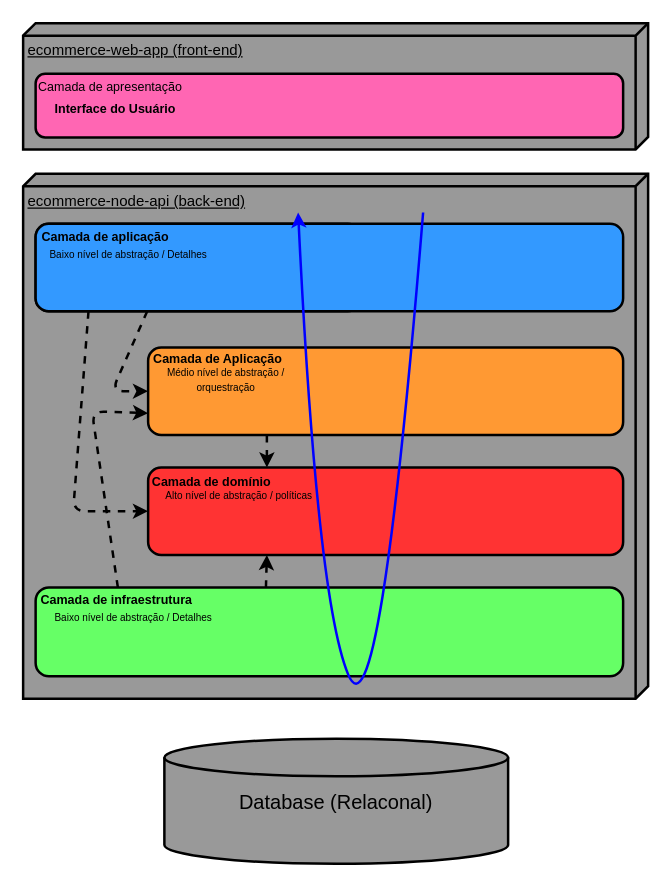
Earlier version of the draw.io diagram page "Arquitetura em Camadas" (1 of 2) of requirements/ecommerce-arquitetura.drawio (Miguelstoss/ecommerce-node-api). Source tidied: cells renumbered, new cells numbered last; positions are measured from the earlier drawing's top-left corner, leaving out a move shared by most shapes. Both pictures are drawn from the tidied source at 125%, with x=0, y=0 at pixel (22, 22).
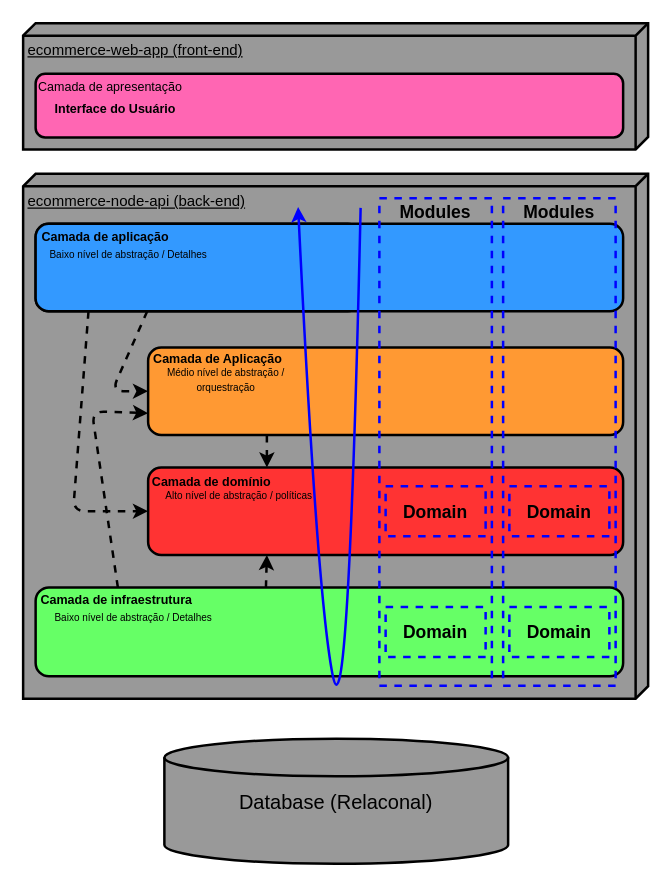
The same page after the edit.

Diff of the diagram source:
```diff
@@
     <mxCell id="25" style="curved=1;endArrow=classic;html=1;strokeColor=#0000FF;strokeWidth=2;fontSize=8;fontColor=#000000;" parent="1" edge="1">
       <mxGeometry relative="1" as="geometry">
-        <mxPoint x="320" y="151.5" as="sourcePoint" />
-        <mxPoint x="220" y="151.5" as="targetPoint" />
+        <mxPoint x="270" y="147.8" as="sourcePoint" />
+        <mxPoint x="220" y="147.2" as="targetPoint" />
         <Array as="points">
-          <mxPoint x="285" y="581.5" />
-          <mxPoint x="235" y="460.5" />
+          <mxPoint x="260" y="585.8" />
+          <mxPoint x="235" y="456.2" />
         </Array>
       </mxGeometry>
     </mxCell>
@@
+    <mxCell id="28" style="rounded=0;whiteSpace=wrap;html=1;fillColor=none;strokeWidth=2;dashed=1;strokeColor=#0000FF;" parent="1" vertex="1">
+      <mxGeometry x="285" y="140" width="90" height="390" as="geometry" />
+    </mxCell>
+    <mxCell id="29" style="rounded=0;whiteSpace=wrap;html=1;fillColor=none;strokeWidth=2;dashed=1;strokeColor=#0000FF;" parent="1" vertex="1">
+      <mxGeometry x="384" y="140" width="90" height="390" as="geometry" />
+    </mxCell>
+    <mxCell id="30" style="rounded=0;whiteSpace=wrap;html=1;fillColor=none;strokeWidth=2;dashed=1;strokeColor=#0000FF;" parent="1" vertex="1">
+      <mxGeometry x="290" y="370.5" width="80" height="40" as="geometry" />
+    </mxCell>
+    <mxCell id="31" style="rounded=0;whiteSpace=wrap;html=1;fillColor=none;strokeWidth=2;dashed=1;strokeColor=#0000FF;" parent="1" vertex="1">
+      <mxGeometry x="389" y="370.5" width="80" height="40" as="geometry" />
+    </mxCell>
+    <mxCell id="32" style="rounded=0;whiteSpace=wrap;html=1;fillColor=none;strokeWidth=2;dashed=1;strokeColor=#0000FF;" parent="1" vertex="1">
+      <mxGeometry x="290" y="467" width="80" height="40" as="geometry" />
+    </mxCell>
+    <mxCell id="33" style="rounded=0;whiteSpace=wrap;html=1;fillColor=none;strokeWidth=2;dashed=1;strokeColor=#0000FF;" parent="1" vertex="1">
+      <mxGeometry x="389" y="467" width="80" height="40" as="geometry" />
+    </mxCell>
+    <mxCell id="34" value="&lt;font size=&quot;1&quot; color=&quot;#000000&quot;&gt;&lt;b style=&quot;font-size: 14px;&quot;&gt;Domain&lt;/b&gt;&lt;/font&gt;" style="text;html=1;strokeColor=none;fillColor=none;align=center;verticalAlign=middle;whiteSpace=wrap;rounded=0;dashed=1;strokeWidth=2;" parent="1" vertex="1">
+      <mxGeometry x="300" y="375.5" width="60" height="30" as="geometry" />
+    </mxCell>
+    <mxCell id="35" value="&lt;font size=&quot;1&quot; color=&quot;#000000&quot;&gt;&lt;b style=&quot;font-size: 14px;&quot;&gt;Domain&lt;/b&gt;&lt;/font&gt;" style="text;html=1;strokeColor=none;fillColor=none;align=center;verticalAlign=middle;whiteSpace=wrap;rounded=0;dashed=1;strokeWidth=2;" parent="1" vertex="1">
+      <mxGeometry x="399" y="375.5" width="60" height="30" as="geometry" />
+    </mxCell>
+    <mxCell id="36" value="&lt;font size=&quot;1&quot; color=&quot;#000000&quot;&gt;&lt;b style=&quot;font-size: 14px;&quot;&gt;Domain&lt;/b&gt;&lt;/font&gt;" style="text;html=1;strokeColor=none;fillColor=none;align=center;verticalAlign=middle;whiteSpace=wrap;rounded=0;dashed=1;strokeWidth=2;" parent="1" vertex="1">
+      <mxGeometry x="300" y="472" width="60" height="30" as="geometry" />
+    </mxCell>
+    <mxCell id="37" value="&lt;font size=&quot;1&quot; color=&quot;#000000&quot;&gt;&lt;b style=&quot;font-size: 14px;&quot;&gt;Domain&lt;/b&gt;&lt;/font&gt;" style="text;html=1;strokeColor=none;fillColor=none;align=center;verticalAlign=middle;whiteSpace=wrap;rounded=0;dashed=1;strokeWidth=2;" parent="1" vertex="1">
+      <mxGeometry x="399" y="472" width="60" height="30" as="geometry" />
+    </mxCell>
+    <mxCell id="38" value="&lt;font size=&quot;1&quot; color=&quot;#000000&quot;&gt;&lt;b style=&quot;font-size: 14px;&quot;&gt;Modules&lt;/b&gt;&lt;/font&gt;" style="text;html=1;strokeColor=none;fillColor=none;align=center;verticalAlign=middle;whiteSpace=wrap;rounded=0;dashed=1;strokeWidth=2;" parent="1" vertex="1">
+      <mxGeometry x="300" y="135.5" width="60" height="30" as="geometry" />
+    </mxCell>
+    <mxCell id="39" value="&lt;font size=&quot;1&quot; color=&quot;#000000&quot;&gt;&lt;b style=&quot;font-size: 14px;&quot;&gt;Modules&lt;/b&gt;&lt;/font&gt;" style="text;html=1;strokeColor=none;fillColor=none;align=center;verticalAlign=middle;whiteSpace=wrap;rounded=0;dashed=1;strokeWidth=2;" parent="1" vertex="1">
+      <mxGeometry x="399" y="135.5" width="60" height="30" as="geometry" />
+    </mxCell>
```
